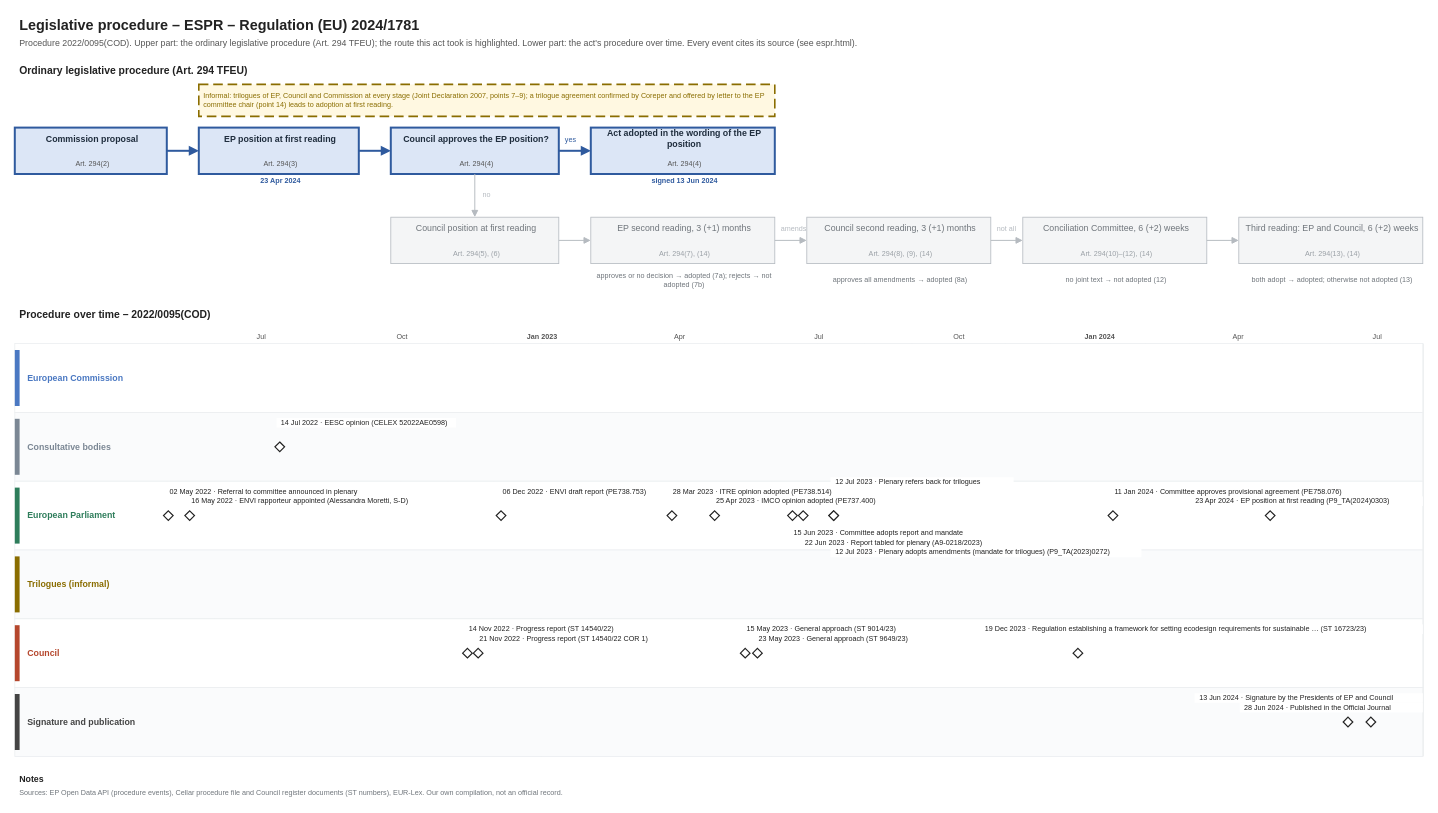
git-z0man/eu-regulation-timeline keeps this draw.io diagram as procedures/espr.drawio. Above is the earlier version. Source tidied: cells renumbered, new cells numbered last; positions are measured from the earlier drawing's top-left corner, leaving out a move shared by most shapes. Both pictures are drawn from the tidied source at 80%, with x=0, y=0 at pixel (14, 14).
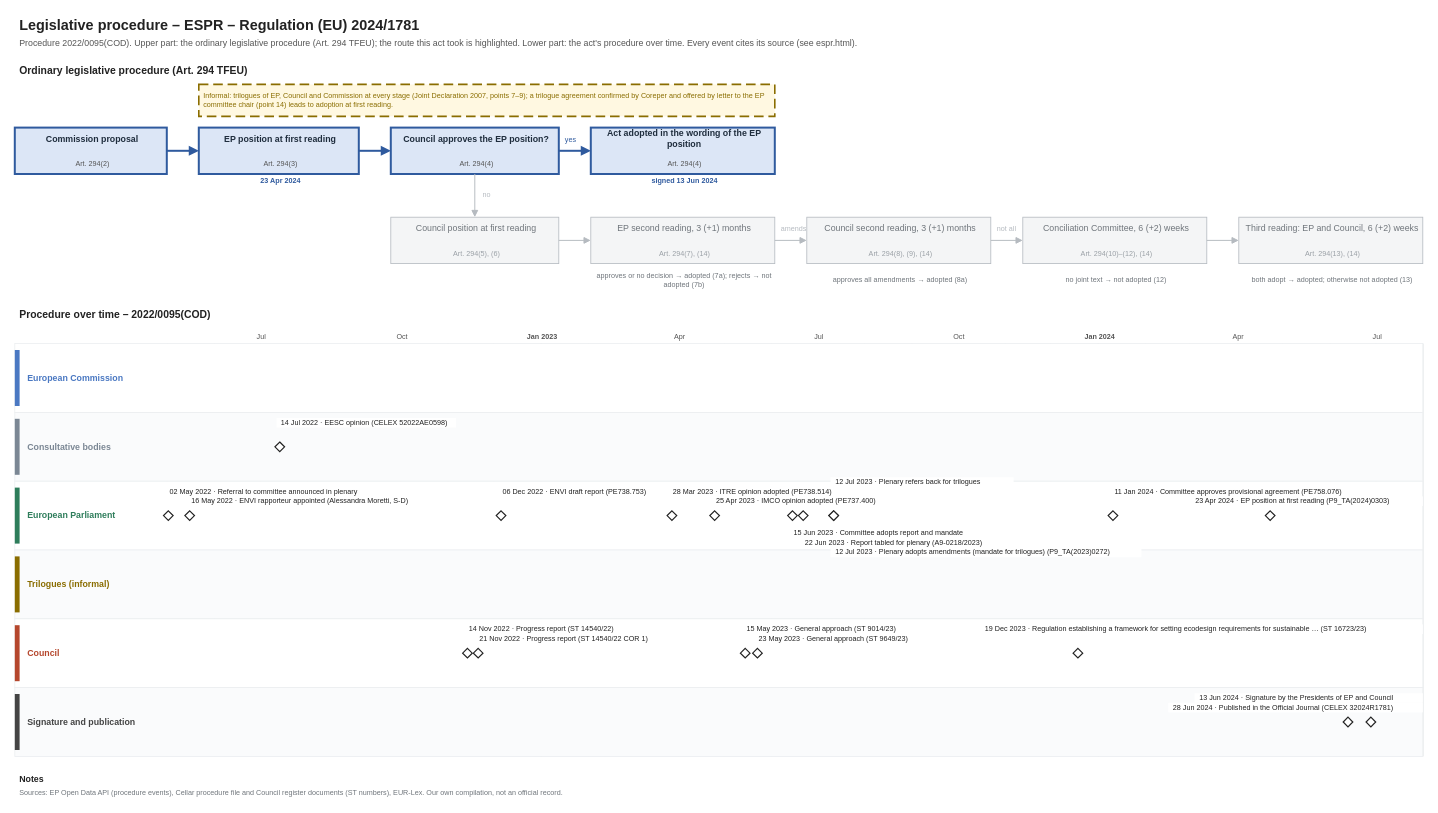
Above is the later version.

The edit, as a diff of the source:
```diff
@@
-    <mxCell id="145" value="28 Jun 2024 · Published in the Official Journal" style="text;html=1;fontSize=9;fontColor=#222222;align=left;verticalAlign=middle;spacingLeft=4;fillColor=#ffffff;" parent="1" vertex="1">
-      <mxGeometry x="1531.1" y="861" width="228.9" height="12" as="geometry" />
+    <mxCell id="145" value="28 Jun 2024 · Published in the Official Journal (CELEX 32024R1781)" style="text;html=1;fontSize=9;fontColor=#222222;align=left;verticalAlign=middle;spacingLeft=4;fillColor=#ffffff;" parent="1" vertex="1">
+      <mxGeometry x="1441.8" y="861" width="318.2" height="12" as="geometry" />
     </mxCell>
```
